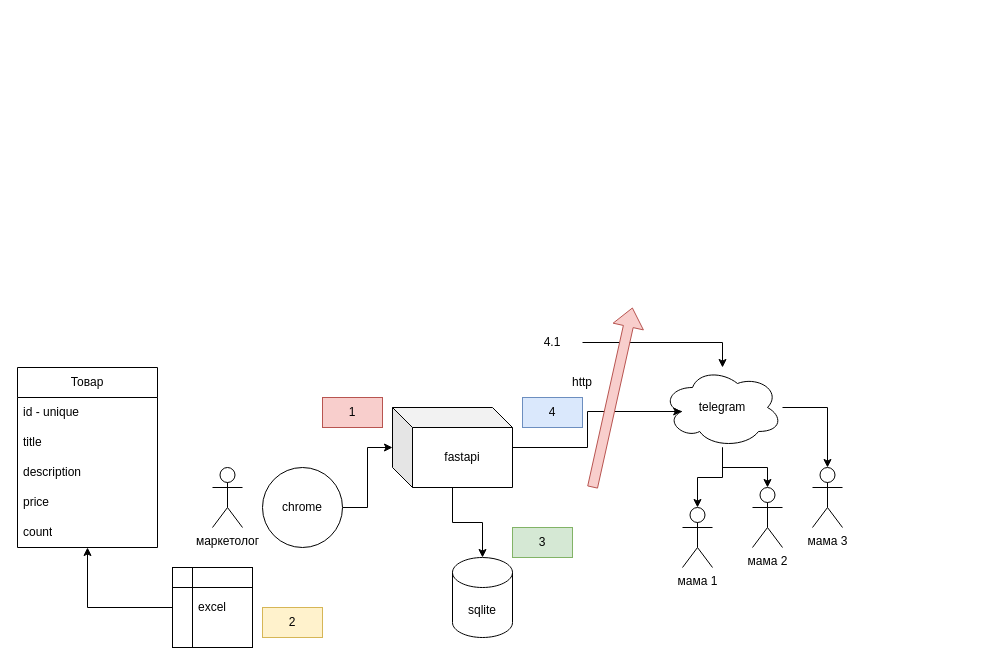
The draw.io diagram projects/6/web_fastapi_api_bot/схема.drawio in bogdandrienko/PyE-231, before the edit. Source tidied: cells renumbered, new cells numbered last; positions are measured from the earlier drawing's top-left corner, leaving out a move shared by most shapes. Both pictures are drawn from the tidied source at 100%, with x=0, y=0 at pixel (17, 307).
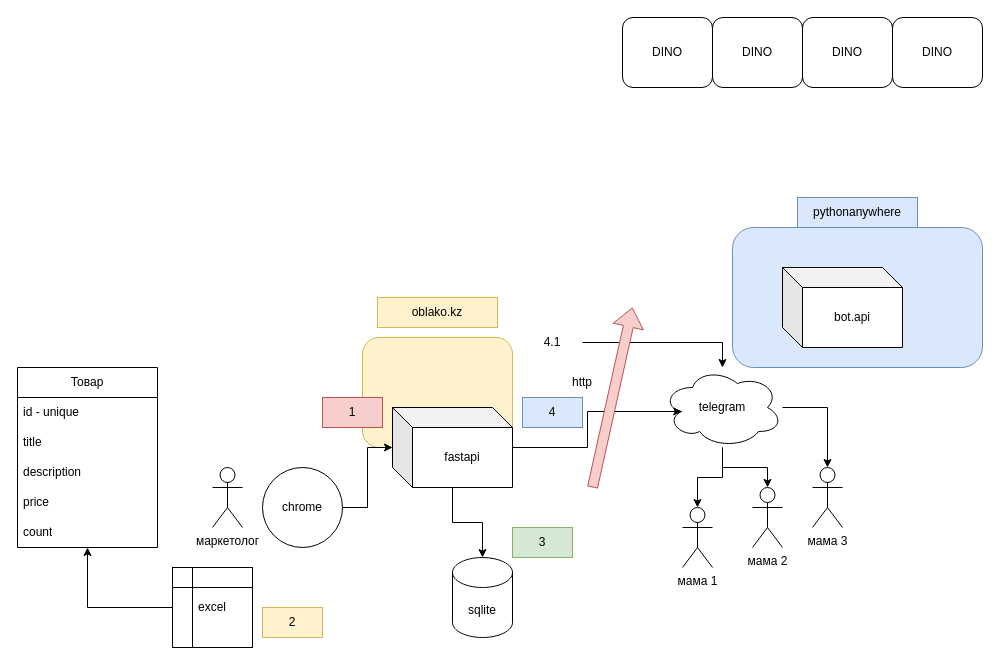
Above is the later version.

Change to the diagram source:
```diff
@@
+    <mxCell id="32" style="rounded=1;whiteSpace=wrap;html=1;fillColor=#fff2cc;strokeColor=#d6b656;" parent="1" vertex="1">
+      <mxGeometry x="345" y="30" width="150" height="110" as="geometry" />
+    </mxCell>
+    <mxCell id="33" style="rounded=1;whiteSpace=wrap;html=1;fillColor=#dae8fc;strokeColor=#6c8ebf;" parent="1" vertex="1">
+      <mxGeometry x="715" y="-80" width="250" height="140" as="geometry" />
+    </mxCell>
@@
+    <mxCell id="34" value="bot.api" style="shape=cube;whiteSpace=wrap;html=1;boundedLbl=1;backgroundOutline=1;darkOpacity=0.05;darkOpacity2=0.1;" parent="1" vertex="1">
+      <mxGeometry x="765" y="-40" width="120" height="80" as="geometry" />
+    </mxCell>
+    <mxCell id="35" value="pythonanywhere" style="text;html=1;strokeColor=#6c8ebf;fillColor=#dae8fc;align=center;verticalAlign=middle;whiteSpace=wrap;rounded=0;" parent="1" vertex="1">
+      <mxGeometry x="780" y="-110" width="120" height="30" as="geometry" />
+    </mxCell>
+    <mxCell id="36" value="oblako.kz" style="text;html=1;strokeColor=#d6b656;fillColor=#fff2cc;align=center;verticalAlign=middle;whiteSpace=wrap;rounded=0;" parent="1" vertex="1">
+      <mxGeometry x="360" y="-10" width="120" height="30" as="geometry" />
+    </mxCell>
+    <mxCell id="37" value="DINO" style="rounded=1;whiteSpace=wrap;html=1;" parent="1" vertex="1">
+      <mxGeometry x="605" y="-290" width="90" height="70" as="geometry" />
+    </mxCell>
+    <mxCell id="38" value="DINO" style="rounded=1;whiteSpace=wrap;html=1;" parent="1" vertex="1">
+      <mxGeometry x="695" y="-290" width="90" height="70" as="geometry" />
+    </mxCell>
+    <mxCell id="39" value="DINO" style="rounded=1;whiteSpace=wrap;html=1;" parent="1" vertex="1">
+      <mxGeometry x="785" y="-290" width="90" height="70" as="geometry" />
+    </mxCell>
+    <mxCell id="40" value="DINO" style="rounded=1;whiteSpace=wrap;html=1;" parent="1" vertex="1">
+      <mxGeometry x="875" y="-290" width="90" height="70" as="geometry" />
+    </mxCell>
```
